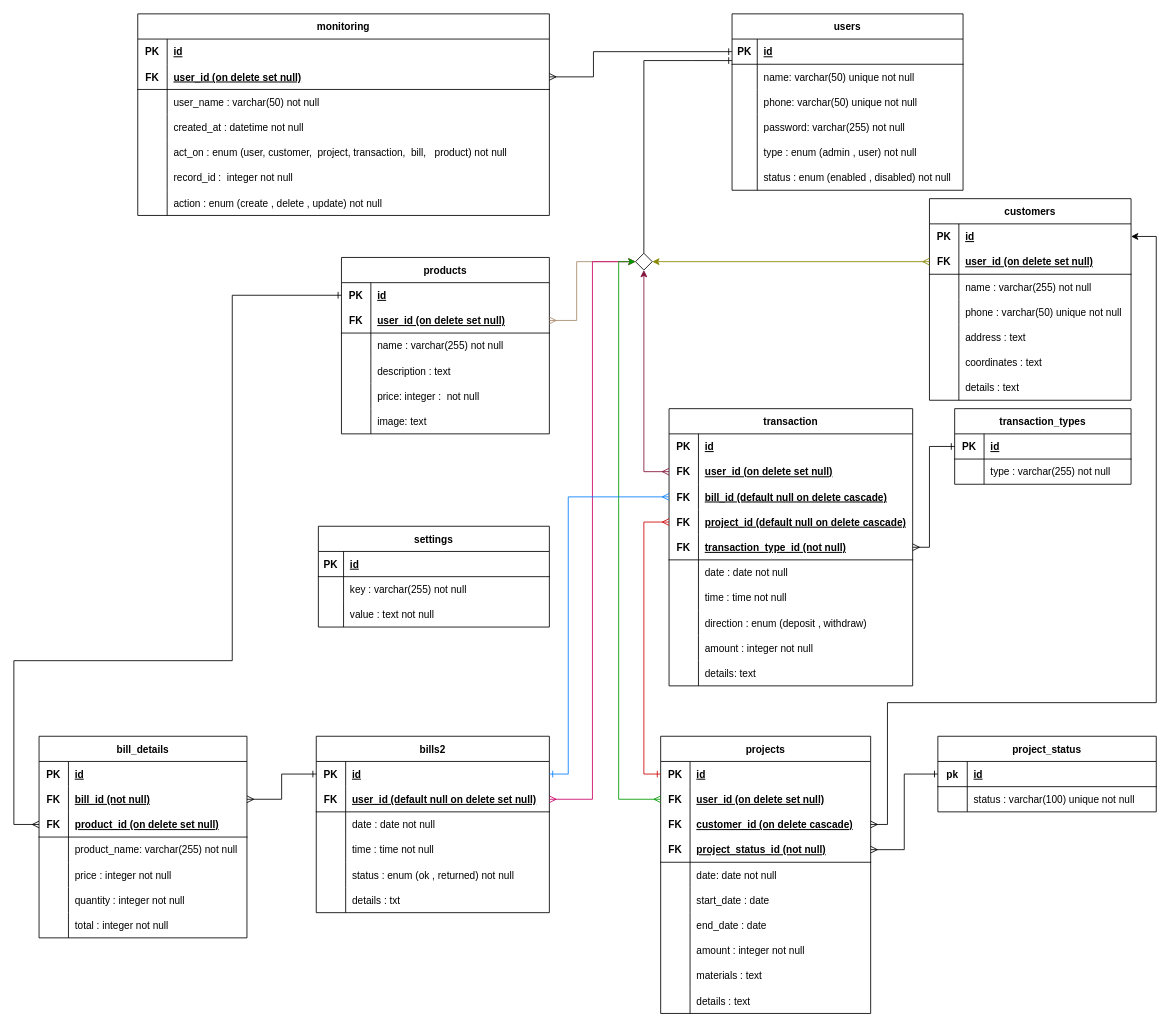
The draw.io diagram page "Schema" (2 of 2) of Diagrams/drawio/ModernHouse.drawio in khaledfathi/ModernHouse, before the edit. Source tidied: cells renumbered, new cells numbered last; positions are measured from the earlier drawing's top-left corner, leaving out a move shared by most shapes. Both pictures are drawn from the tidied source at 84%, with x=0, y=0 at pixel (13, 13).
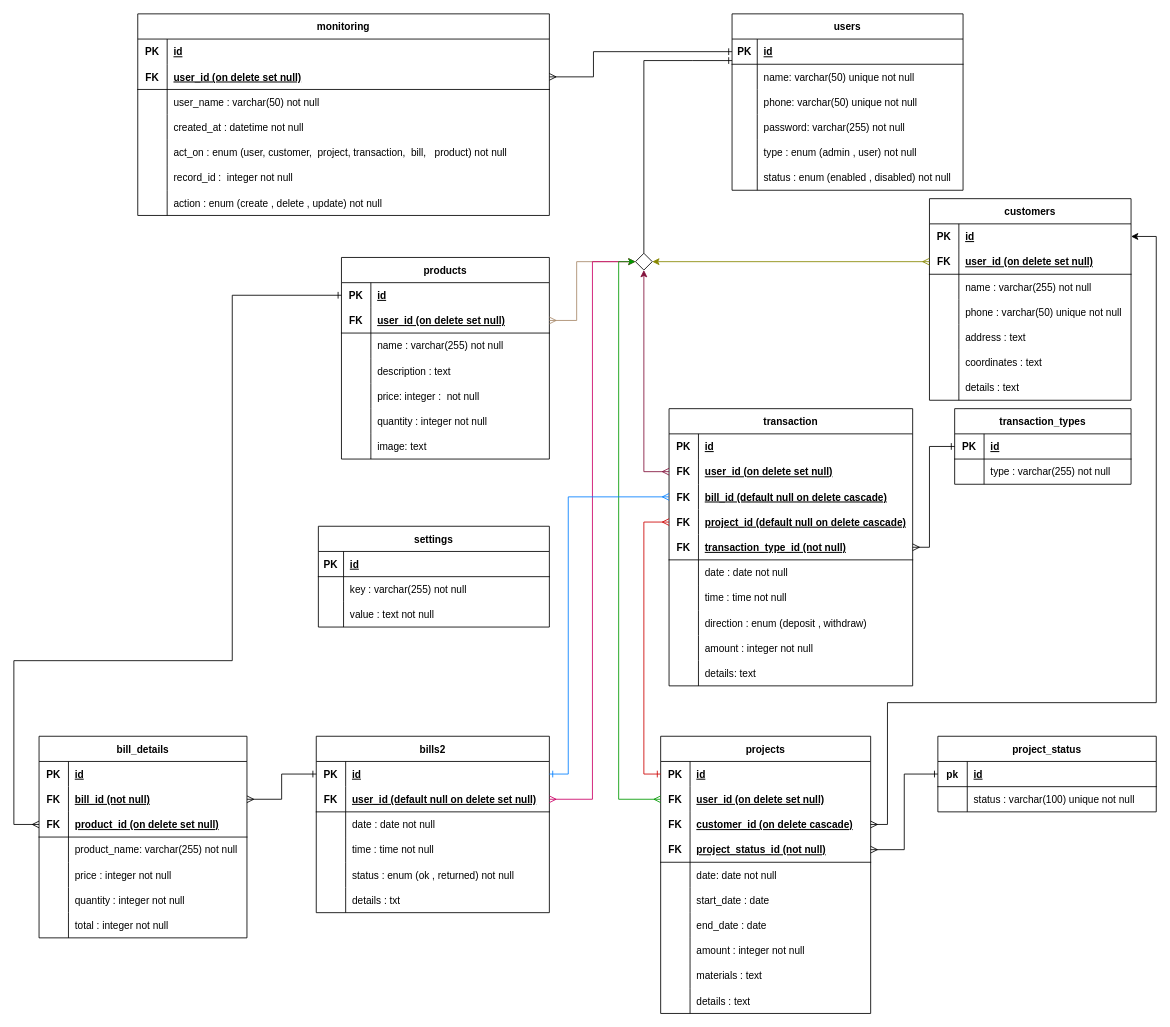
The same page after the edit.

Diff of the diagram source:
```diff
@@
     <mxCell id="91" value="products" style="shape=table;startSize=30;childLayout=tableLayout;rowLines=0;fontStyle=1;align=center;" parent="1" vertex="1">
-      <mxGeometry x="390" y="290" width="247.5" height="210" as="geometry" />
+      <mxGeometry x="390" y="290" width="247.5" height="240" as="geometry" />
     </mxCell>
@@
+    <mxCell id="226" style="shape=tableRow;horizontal=0;startSize=0;swimlaneHead=0;swimlaneBody=0;fillColor=none;top=0;left=0;right=0;bottom=0;" parent="91" vertex="1">
+      <mxGeometry y="180" width="247.5" height="30" as="geometry" />
+    </mxCell>
+    <mxCell id="227" style="shape=partialRectangle;fillColor=none;top=0;left=0;bottom=0;right=0;overflow=hidden;" parent="226" vertex="1">
+      <mxGeometry width="35" height="30" as="geometry" />
+    </mxCell>
+    <mxCell id="228" value="quantity : integer not null" style="shape=partialRectangle;fillColor=none;top=0;left=0;bottom=0;right=0;align=left;spacingLeft=6;overflow=hidden;" parent="226" vertex="1">
+      <mxGeometry x="35" width="212.5" height="30" as="geometry" />
+    </mxCell>
     <mxCell id="107" style="shape=tableRow;horizontal=0;startSize=0;swimlaneHead=0;swimlaneBody=0;fillColor=none;top=0;left=0;right=0;bottom=0;" parent="91" vertex="1">
-      <mxGeometry y="180" width="247.5" height="30" as="geometry" />
+      <mxGeometry y="210" width="247.5" height="30" as="geometry" />
     </mxCell>
```
